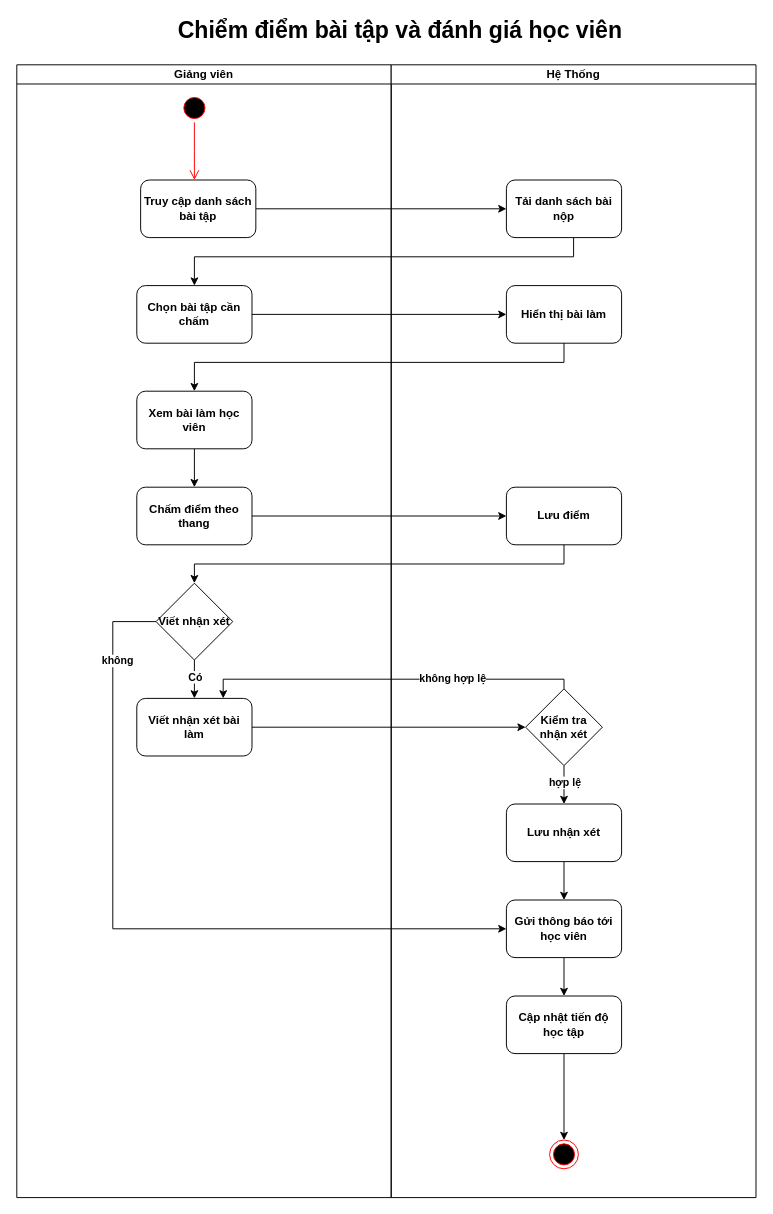
Above: document/ActivityDiagram/Scoring&Feedback-Activity.drawio in toniiplaycode/DNC-Learning (draw.io), before the change. Source tidied: cells renumbered, new cells numbered last; positions are measured from the earlier drawing's top-left corner, leaving out a move shared by most shapes. Both pictures are drawn from the tidied source at 96%, with x=0, y=0 at pixel (16, 16).
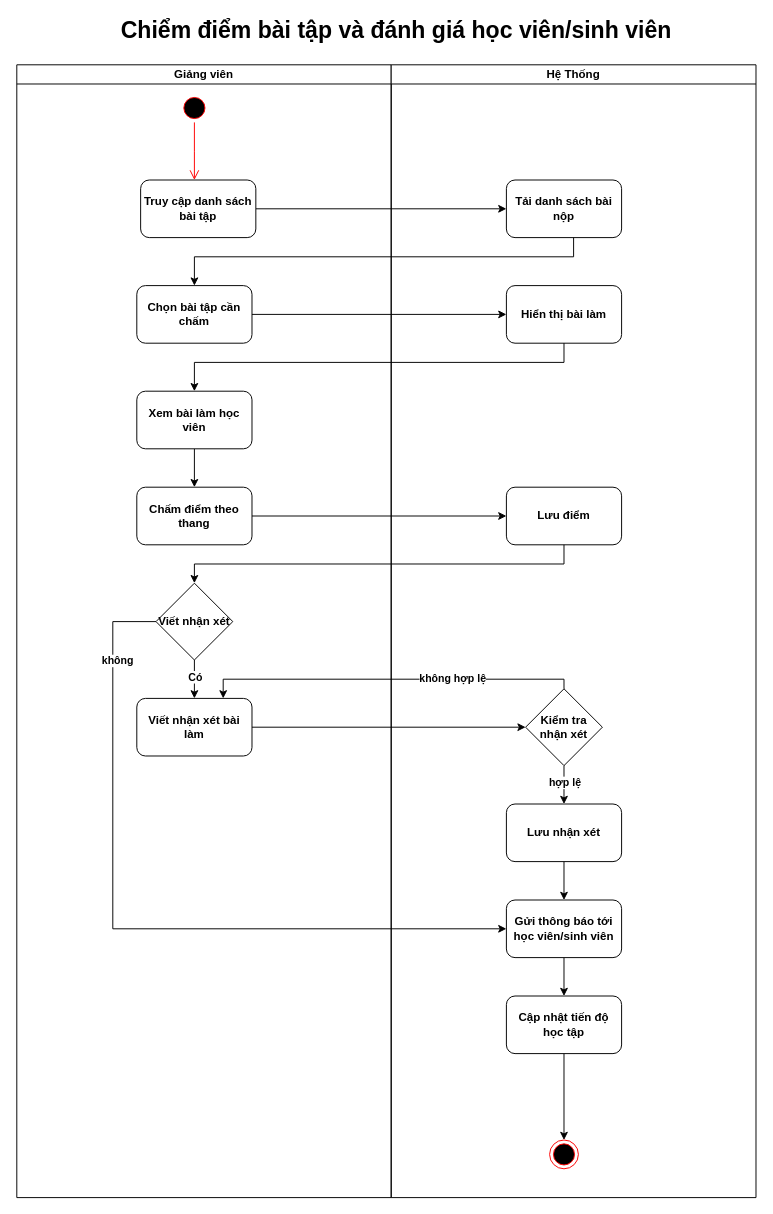
After the change.

Unchanged cells that the change refers to:
```xml
<mxCell id="13" value="Hệ Thống" style="swimlane;startSize=20;whiteSpace=wrap;html=1;fontStyle=1;" parent="1" vertex="1">
  <mxGeometry x="390" y="50" width="380" height="1180" as="geometry" />
</mxCell>
```

What changed in the source:
```diff
@@
-    <mxCell id="23" value="Gửi thông báo tới học viên" style="rounded=1;whiteSpace=wrap;html=1;fontStyle=1;" parent="13" vertex="1">
+    <mxCell id="23" value="Gửi thông báo tới học viên/sinh viên" style="rounded=1;whiteSpace=wrap;html=1;fontStyle=1;" parent="13" vertex="1">
       <mxGeometry x="120" y="870" width="120" height="60" as="geometry" />
     </mxCell>
@@
-    <mxCell id="27" value="&lt;span style=&quot;font-size: 24px;&quot;&gt;Chiểm điểm bài tập và đánh giá học viên&lt;/span&gt;" style="text;html=1;align=center;verticalAlign=middle;whiteSpace=wrap;rounded=0;fontStyle=1;" parent="1" vertex="1">
-      <mxGeometry x="129" width="541" height="30" as="geometry" />
+    <mxCell id="27" value="&lt;span style=&quot;font-size: 24px;&quot;&gt;Chiểm điểm bài tập và đánh giá học viên/sinh viên&lt;/span&gt;" style="text;html=1;align=center;verticalAlign=middle;whiteSpace=wrap;rounded=0;fontStyle=1;" parent="1" vertex="1">
+      <mxGeometry x="90" width="611" height="30" as="geometry" />
     </mxCell>
```
